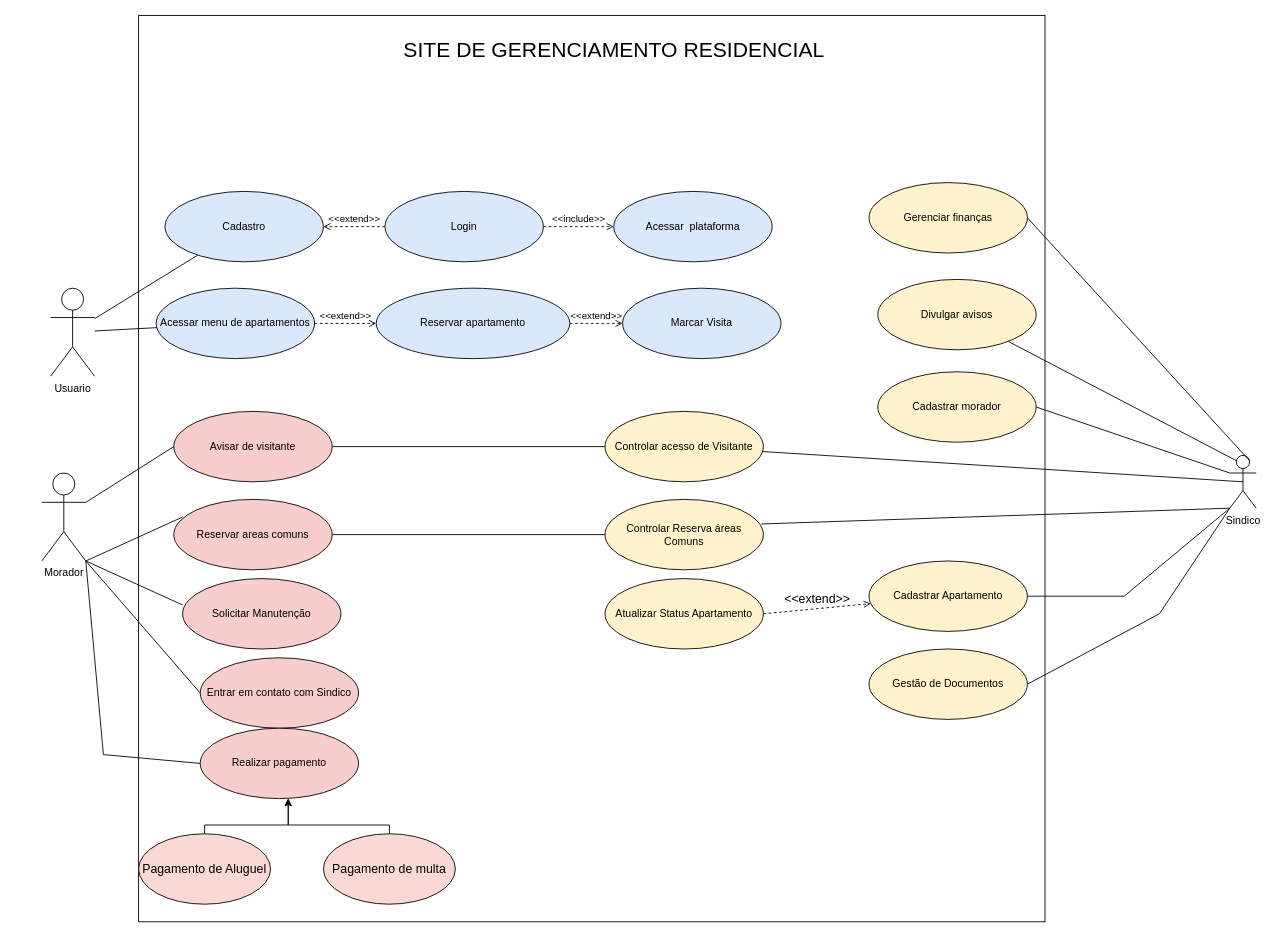
Before: Diagrama_casos_de_uso_sistema.drawio in 2005LucasLongo/diagramas, a draw.io diagram. Source tidied: cells renumbered, new cells numbered last; positions are measured from the earlier drawing's top-left corner, leaving out a move shared by most shapes. Both pictures are drawn from the tidied source at 88%, with x=0, y=0 at pixel (41, 15).
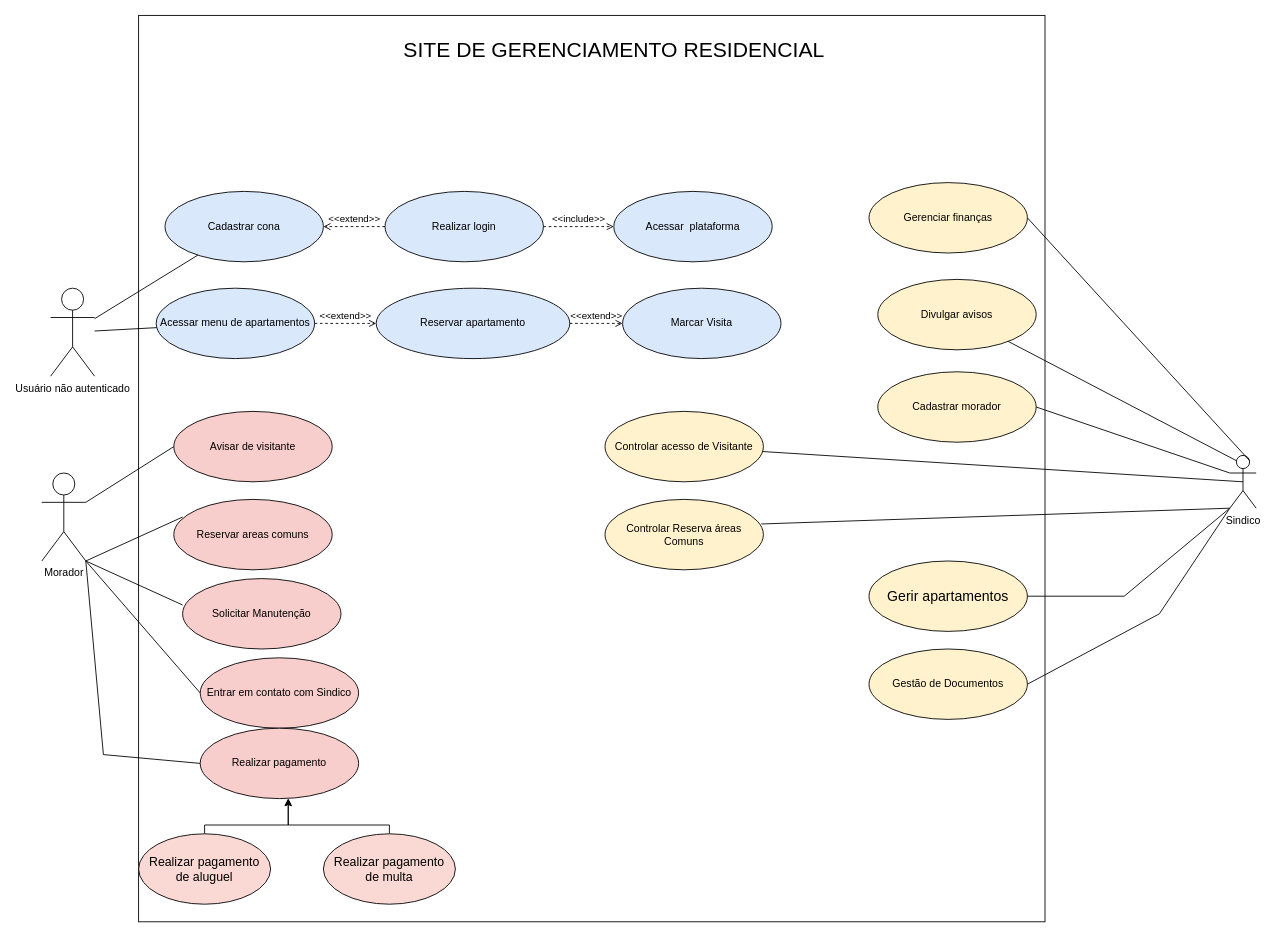
After the change.

Unchanged cells that the change refers to:
```xml
<mxCell id="22" value="Controlar acesso de Visitante" style="ellipse;whiteSpace=wrap;html=1;fillColor=#fff2cc;strokeColor=default;" parent="1" vertex="1">
  <mxGeometry x="640" y="450" width="180" height="80" as="geometry" />
</mxCell>
<mxCell id="24" value="Controlar Reserva áreas Comuns" style="ellipse;whiteSpace=wrap;html=1;fillColor=#fff2cc;strokeColor=default;" parent="1" vertex="1">
  <mxGeometry x="640" y="550" width="180" height="80" as="geometry" />
</mxCell>
<mxCell id="33" value="Avisar de visitante" style="ellipse;whiteSpace=wrap;html=1;fillColor=#f8cecc;strokeColor=default;" parent="1" vertex="1">
  <mxGeometry x="150" y="450" width="180" height="80" as="geometry" />
</mxCell>
<mxCell id="36" value="Reservar areas comuns" style="ellipse;whiteSpace=wrap;html=1;fillColor=#f8cecc;strokeColor=default;" parent="1" vertex="1">
  <mxGeometry x="150" y="550" width="180" height="80" as="geometry" />
</mxCell>
```

Change to the diagram source:
```diff
@@
-    <mxCell id="3" value="Usuario" style="shape=umlActor;verticalLabelPosition=bottom;verticalAlign=top;html=1;outlineConnect=0;" parent="1" vertex="1">
+    <mxCell id="3" value="Usuário não autenticado" style="shape=umlActor;verticalLabelPosition=bottom;verticalAlign=top;html=1;outlineConnect=0;" parent="1" vertex="1">
       <mxGeometry x="10" y="310" width="50" height="100" as="geometry" />
     </mxCell>
-    <mxCell id="4" value="Cadastro" style="ellipse;whiteSpace=wrap;html=1;fillColor=#dae8fc;strokeColor=default;" parent="1" vertex="1">
+    <mxCell id="4" value="Cadastrar cona" style="ellipse;whiteSpace=wrap;html=1;fillColor=#dae8fc;strokeColor=default;" parent="1" vertex="1">
       <mxGeometry x="140" y="200" width="180" height="80" as="geometry" />
     </mxCell>
-    <mxCell id="5" value="Login" style="ellipse;whiteSpace=wrap;html=1;fillColor=#dae8fc;strokeColor=default;" parent="1" vertex="1">
+    <mxCell id="5" value="Realizar login" style="ellipse;whiteSpace=wrap;html=1;fillColor=#dae8fc;strokeColor=default;" parent="1" vertex="1">
       <mxGeometry x="390" y="200" width="180" height="80" as="geometry" />
     </mxCell>
@@
-    <mxCell id="35" style="endArrow=none;html=1;rounded=0;exitX=1;exitY=0.5;exitDx=0;exitDy=0;" parent="1" edge="1" source="33" target="22">
-      <mxGeometry relative="1" as="geometry" />
-    </mxCell>
@@
-    <mxCell id="38" style="endArrow=none;html=1;rounded=0;exitX=1;exitY=0.5;exitDx=0;exitDy=0;entryX=0;entryY=0.5;entryDx=0;entryDy=0;" parent="1" edge="1" source="36" target="24">
-      <mxGeometry relative="1" as="geometry" />
-    </mxCell>
@@
-    <mxCell id="41" value="Cadastrar Apartamento" style="ellipse;whiteSpace=wrap;html=1;fillColor=#fff2cc;strokeColor=default;" parent="1" vertex="1">
+    <mxCell id="41" value="&lt;font style=&quot;font-size: 16px;&quot;&gt;Gerir apartamentos&lt;/font&gt;" style="ellipse;whiteSpace=wrap;html=1;fillColor=#fff2cc;strokeColor=default;" parent="1" vertex="1">
       <mxGeometry x="940" y="620" width="180" height="80" as="geometry" />
     </mxCell>
@@
-    <mxCell id="44" value="Pagamento de Aluguel" style="ellipse;whiteSpace=wrap;html=1;strokeWidth=1;fontSize=14;fillColor=#fad9d5;strokeColor=default;" parent="1" vertex="1">
+    <mxCell id="44" value="Realizar pagamento&lt;br&gt;de aluguel" style="ellipse;whiteSpace=wrap;html=1;strokeWidth=1;fontSize=14;fillColor=#fad9d5;strokeColor=default;" parent="1" vertex="1">
       <mxGeometry x="110" y="930" width="150" height="80" as="geometry" />
     </mxCell>
@@
-    <mxCell id="46" value="Pagamento de multa" style="ellipse;whiteSpace=wrap;html=1;strokeWidth=1;fontSize=14;fillColor=#fad9d5;strokeColor=default;" parent="1" vertex="1">
+    <mxCell id="46" value="Realizar pagamento&lt;br&gt;de multa" style="ellipse;whiteSpace=wrap;html=1;strokeWidth=1;fontSize=14;fillColor=#fad9d5;strokeColor=default;" parent="1" vertex="1">
       <mxGeometry x="320" y="930" width="150" height="80" as="geometry" />
     </mxCell>
@@
-    <mxCell id="49" value="Atualizar Status Apartamento" style="ellipse;whiteSpace=wrap;html=1;fillColor=#fff2cc;strokeColor=default;" parent="1" vertex="1">
-      <mxGeometry x="640" y="640" width="180" height="80" as="geometry" />
-    </mxCell>
-    <mxCell id="50" value="&amp;lt;&amp;lt;extend&amp;gt;&amp;gt;" style="html=1;verticalAlign=bottom;labelBackgroundColor=none;endArrow=open;endFill=0;dashed=1;rounded=0;fontFamily=Helvetica;fontSize=14;fontColor=rgb(0, 0, 0);exitX=1;exitY=0.5;exitDx=0;exitDy=0;" parent="1" edge="1" source="49" target="41">
-      <mxGeometry relative="1" as="geometry" />
-    </mxCell>
```
